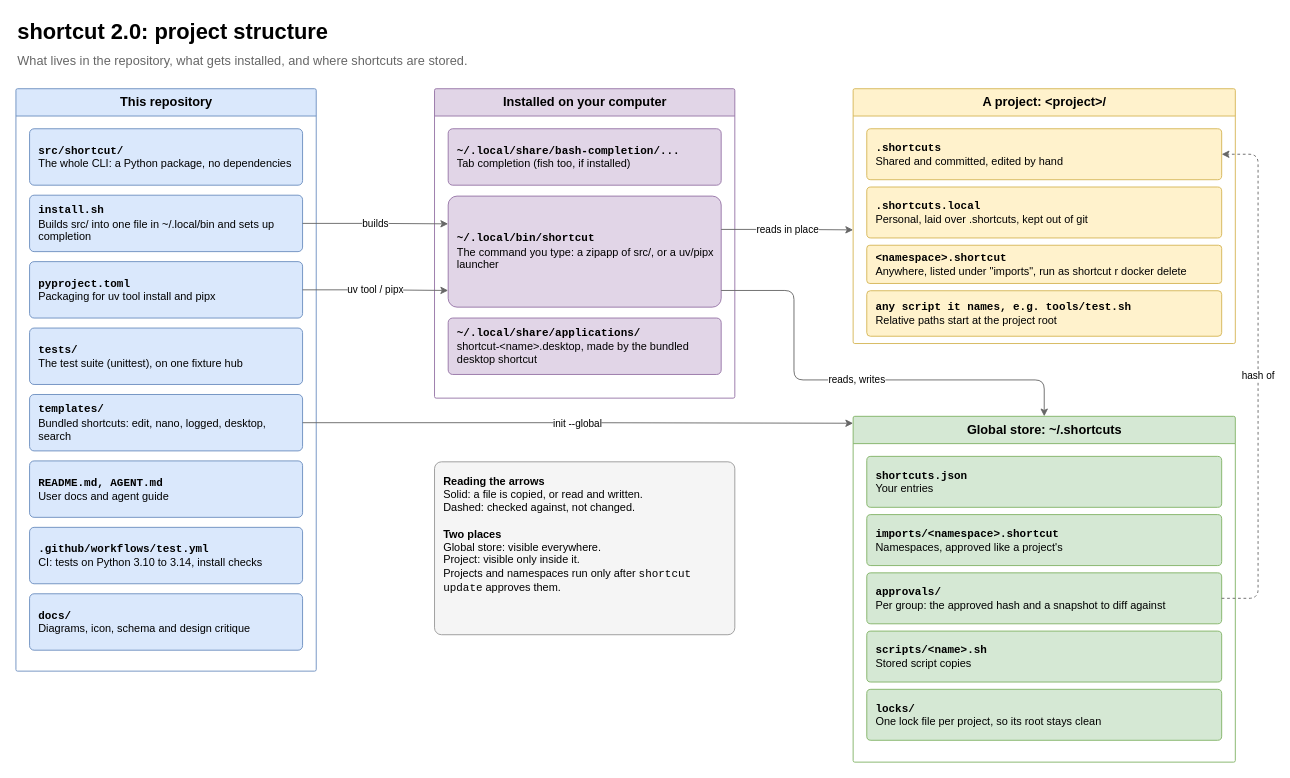
The draw.io diagram page "1 Structure" (1 of 5) of docs/shortcut-overview.drawio in StanLukuvka/Shortcut, before the edit. Source tidied: cells renumbered, new cells numbered last; positions are measured from the earlier drawing's top-left corner, leaving out a move shared by most shapes. Both pictures are drawn from the tidied source at 91%, with x=0, y=0 at pixel (15, 15).
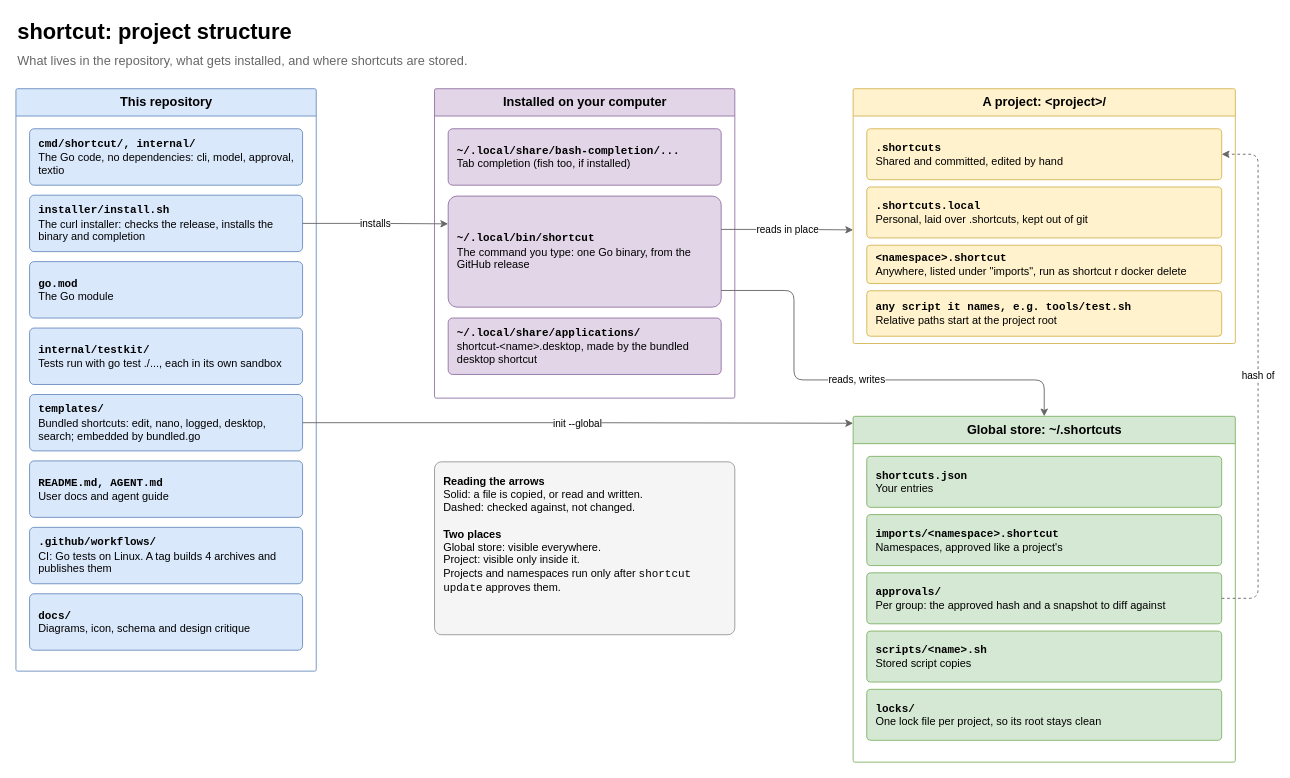
The same page after the edit.

The change refers to these unchanged cells:
```xml
<mxCell id="4" value="&lt;b&gt;This repository&lt;/b&gt;" style="swimlane;startSize=30;html=1;rounded=1;arcSize=2;fontSize=14;fillColor=#dae8fc;strokeColor=#6c8ebf;swimlaneFillColor=none;" parent="1" vertex="1">
  <mxGeometry y="80" width="330" height="640" as="geometry" />
</mxCell>
<mxCell id="13" value="&lt;b&gt;Installed on your computer&lt;/b&gt;" style="swimlane;startSize=30;html=1;rounded=1;arcSize=2;fontSize=14;fillColor=#e1d5e7;strokeColor=#9673a6;swimlaneFillColor=none;" parent="1" vertex="1">
  <mxGeometry x="460" y="80" width="330" height="340" as="geometry" />
</mxCell>
```

Change to the diagram source:
```diff
@@
-    <mxCell id="2" value="&lt;b&gt;shortcut 2.0: project structure&lt;/b&gt;" style="text;html=1;align=left;verticalAlign=middle;fontSize=24;strokeColor=none;fillColor=none;" parent="1" vertex="1">
+    <mxCell id="2" value="&lt;b&gt;shortcut: project structure&lt;/b&gt;" style="text;html=1;align=left;verticalAlign=middle;fontSize=24;strokeColor=none;fillColor=none;" parent="1" vertex="1">
       <mxGeometry width="1360" height="36" as="geometry" />
     </mxCell>
@@
-    <mxCell id="5" value="&lt;b&gt;&lt;font face=&quot;monospace&quot;&gt;src/shortcut/&lt;/font&gt;&lt;/b&gt;&lt;br&gt;The whole CLI: a Python package, no dependencies" style="rounded=1;whiteSpace=wrap;html=1;arcSize=8;fillColor=#dae8fc;strokeColor=#6c8ebf;fontSize=12;align=left;spacingLeft=8;spacingRight=6;" parent="4" vertex="1">
+    <mxCell id="5" value="&lt;b&gt;&lt;font face=&quot;monospace&quot;&gt;cmd/shortcut/, internal/&lt;/font&gt;&lt;/b&gt;&lt;br&gt;The Go code, no dependencies: cli, model, approval, textio" style="rounded=1;whiteSpace=wrap;html=1;arcSize=8;fillColor=#dae8fc;strokeColor=#6c8ebf;fontSize=12;align=left;spacingLeft=8;spacingRight=6;" parent="4" vertex="1">
       <mxGeometry x="15" y="44" width="300" height="62" as="geometry" />
     </mxCell>
-    <mxCell id="6" value="&lt;b&gt;&lt;font face=&quot;monospace&quot;&gt;install.sh&lt;/font&gt;&lt;/b&gt;&lt;br&gt;Builds src/ into one file in ~/.local/bin and sets up completion" style="rounded=1;whiteSpace=wrap;html=1;arcSize=8;fillColor=#dae8fc;strokeColor=#6c8ebf;fontSize=12;align=left;spacingLeft=8;spacingRight=6;" parent="4" vertex="1">
+    <mxCell id="6" value="&lt;b&gt;&lt;font face=&quot;monospace&quot;&gt;installer/install.sh&lt;/font&gt;&lt;/b&gt;&lt;br&gt;The curl installer: checks the release, installs the binary and completion" style="rounded=1;whiteSpace=wrap;html=1;arcSize=8;fillColor=#dae8fc;strokeColor=#6c8ebf;fontSize=12;align=left;spacingLeft=8;spacingRight=6;" parent="4" vertex="1">
       <mxGeometry x="15" y="117" width="300" height="62" as="geometry" />
     </mxCell>
-    <mxCell id="7" value="&lt;b&gt;&lt;font face=&quot;monospace&quot;&gt;pyproject.toml&lt;/font&gt;&lt;/b&gt;&lt;br&gt;Packaging for uv tool install and pipx" style="rounded=1;whiteSpace=wrap;html=1;arcSize=8;fillColor=#dae8fc;strokeColor=#6c8ebf;fontSize=12;align=left;spacingLeft=8;spacingRight=6;" parent="4" vertex="1">
+    <mxCell id="7" value="&lt;b&gt;&lt;font face=&quot;monospace&quot;&gt;go.mod&lt;/font&gt;&lt;/b&gt;&lt;br&gt;The Go module" style="rounded=1;whiteSpace=wrap;html=1;arcSize=8;fillColor=#dae8fc;strokeColor=#6c8ebf;fontSize=12;align=left;spacingLeft=8;spacingRight=6;" parent="4" vertex="1">
       <mxGeometry x="15" y="190" width="300" height="62" as="geometry" />
     </mxCell>
-    <mxCell id="8" value="&lt;b&gt;&lt;font face=&quot;monospace&quot;&gt;tests/&lt;/font&gt;&lt;/b&gt;&lt;br&gt;The test suite (unittest), on one fixture hub" style="rounded=1;whiteSpace=wrap;html=1;arcSize=8;fillColor=#dae8fc;strokeColor=#6c8ebf;fontSize=12;align=left;spacingLeft=8;spacingRight=6;" parent="4" vertex="1">
+    <mxCell id="8" value="&lt;b&gt;&lt;font face=&quot;monospace&quot;&gt;internal/testkit/&lt;/font&gt;&lt;/b&gt;&lt;br&gt;Tests run with go test ./..., each in its own sandbox" style="rounded=1;whiteSpace=wrap;html=1;arcSize=8;fillColor=#dae8fc;strokeColor=#6c8ebf;fontSize=12;align=left;spacingLeft=8;spacingRight=6;" parent="4" vertex="1">
       <mxGeometry x="15" y="263" width="300" height="62" as="geometry" />
     </mxCell>
-    <mxCell id="9" value="&lt;b&gt;&lt;font face=&quot;monospace&quot;&gt;templates/&lt;/font&gt;&lt;/b&gt;&lt;br&gt;Bundled shortcuts: edit, nano, logged, desktop, search" style="rounded=1;whiteSpace=wrap;html=1;arcSize=8;fillColor=#dae8fc;strokeColor=#6c8ebf;fontSize=12;align=left;spacingLeft=8;spacingRight=6;" parent="4" vertex="1">
+    <mxCell id="9" value="&lt;b&gt;&lt;font face=&quot;monospace&quot;&gt;templates/&lt;/font&gt;&lt;/b&gt;&lt;br&gt;Bundled shortcuts: edit, nano, logged, desktop, search; embedded by bundled.go" style="rounded=1;whiteSpace=wrap;html=1;arcSize=8;fillColor=#dae8fc;strokeColor=#6c8ebf;fontSize=12;align=left;spacingLeft=8;spacingRight=6;" parent="4" vertex="1">
       <mxGeometry x="15" y="336" width="300" height="62" as="geometry" />
     </mxCell>
@@
-    <mxCell id="11" value="&lt;b&gt;&lt;font face=&quot;monospace&quot;&gt;.github/workflows/test.yml&lt;/font&gt;&lt;/b&gt;&lt;br&gt;CI: tests on Python 3.10 to 3.14, install checks" style="rounded=1;whiteSpace=wrap;html=1;arcSize=8;fillColor=#dae8fc;strokeColor=#6c8ebf;fontSize=12;align=left;spacingLeft=8;spacingRight=6;" parent="4" vertex="1">
+    <mxCell id="11" value="&lt;b&gt;&lt;font face=&quot;monospace&quot;&gt;.github/workflows/&lt;/font&gt;&lt;/b&gt;&lt;br&gt;CI: Go tests on Linux. A tag builds 4 archives and publishes them" style="rounded=1;whiteSpace=wrap;html=1;arcSize=8;fillColor=#dae8fc;strokeColor=#6c8ebf;fontSize=12;align=left;spacingLeft=8;spacingRight=6;" parent="4" vertex="1">
       <mxGeometry x="15" y="482" width="300" height="62" as="geometry" />
     </mxCell>
@@
-    <mxCell id="15" value="&lt;b&gt;&lt;font face=&quot;monospace&quot;&gt;~/.local/bin/shortcut&lt;/font&gt;&lt;/b&gt;&lt;br&gt;The command you type: a zipapp of src/, or a uv/pipx launcher" style="rounded=1;whiteSpace=wrap;html=1;arcSize=8;fillColor=#e1d5e7;strokeColor=#9673a6;fontSize=12;align=left;spacingLeft=8;spacingRight=6;" parent="13" vertex="1">
+    <mxCell id="15" value="&lt;b&gt;&lt;font face=&quot;monospace&quot;&gt;~/.local/bin/shortcut&lt;/font&gt;&lt;/b&gt;&lt;br&gt;The command you type: one Go binary, from the GitHub release" style="rounded=1;whiteSpace=wrap;html=1;arcSize=8;fillColor=#e1d5e7;strokeColor=#9673a6;fontSize=12;align=left;spacingLeft=8;spacingRight=6;" parent="13" vertex="1">
       <mxGeometry x="15" y="118" width="300" height="122" as="geometry" />
     </mxCell>
@@
-    <mxCell id="29" value="builds" style="edgeStyle=orthogonalEdgeStyle;rounded=1;html=1;defaultLabelBackgroundColor=page;fontSize=11;endArrow=classic;strokeColor=#666666;exitX=1;exitY=0.5;exitDx=0;exitDy=0;entryX=0;entryY=0.25;entryDx=0;entryDy=0;" parent="1" edge="1" source="6" target="15">
+    <mxCell id="29" value="installs" style="edgeStyle=orthogonalEdgeStyle;rounded=1;html=1;defaultLabelBackgroundColor=page;fontSize=11;endArrow=classic;strokeColor=#666666;exitX=1;exitY=0.5;exitDx=0;exitDy=0;entryX=0;entryY=0.25;entryDx=0;entryDy=0;" parent="1" edge="1" source="6" target="15">
       <mxGeometry relative="1" as="geometry" />
     </mxCell>
-    <mxCell id="30" value="uv tool / pipx" style="edgeStyle=orthogonalEdgeStyle;rounded=1;html=1;defaultLabelBackgroundColor=page;fontSize=11;endArrow=classic;strokeColor=#666666;exitX=1;exitY=0.5;exitDx=0;exitDy=0;entryX=0;entryY=0.85;entryDx=0;entryDy=0;" parent="1" edge="1" source="7" target="15">
-      <mxGeometry relative="1" as="geometry" />
-    </mxCell>
```
